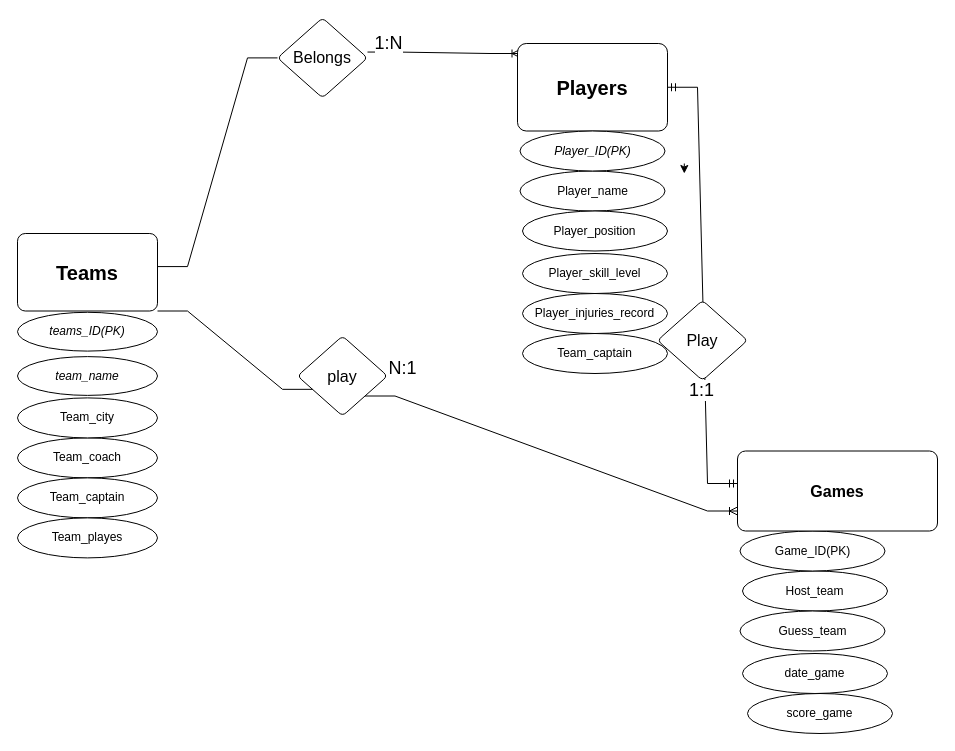
Earlier version of the draw.io diagram Untitled Diagram.drawio (PriFlores/HR-Database). Source tidied: cells renumbered, new cells numbered last; positions are measured from the earlier drawing's top-left corner, leaving out a move shared by most shapes. Both pictures are drawn from the tidied source at 100%, with x=0, y=0 at pixel (17, 17).
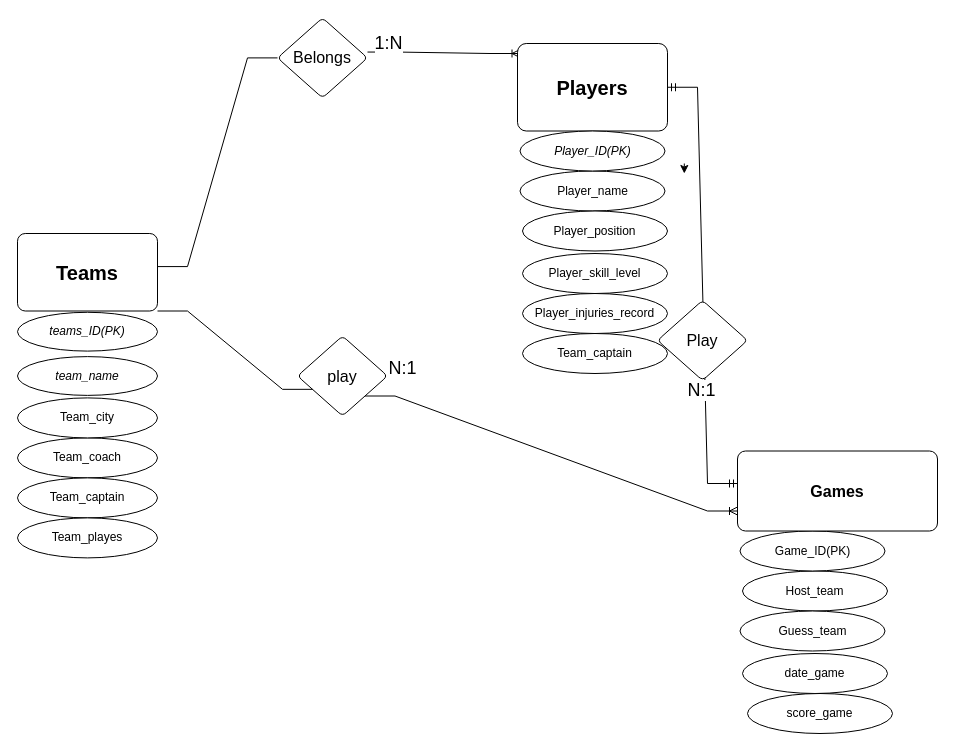
The same page after the edit.

Unchanged cells that the change refers to:
```xml
<mxCell id="19" style="edgeStyle=entityRelationEdgeStyle;fontSize=12;html=1;endArrow=ERmandOne;startArrow=ERmandOne;rounded=0;fontColor=none;exitX=1;exitY=0.5;exitDx=0;exitDy=0;" parent="1" edge="1" source="14">
  <mxGeometry relative="1" as="geometry">
    <mxPoint x="720" y="466" as="targetPoint" />
  </mxGeometry>
</mxCell>
```

What changed in the source:
```diff
@@
-    <mxCell id="20" value="1:1" style="edgeLabel;html=1;align=center;verticalAlign=middle;fontSize=18;fontColor=none;" parent="19" vertex="1">
+    <mxCell id="20" value="N:1" style="edgeLabel;html=1;align=center;verticalAlign=middle;fontSize=18;fontColor=none;" parent="19" vertex="1">
       <mxGeometry x="0.43" y="-2" relative="1" as="geometry">
         <mxPoint x="-2" y="7" as="offset" />
       </mxGeometry>
     </mxCell>
```
